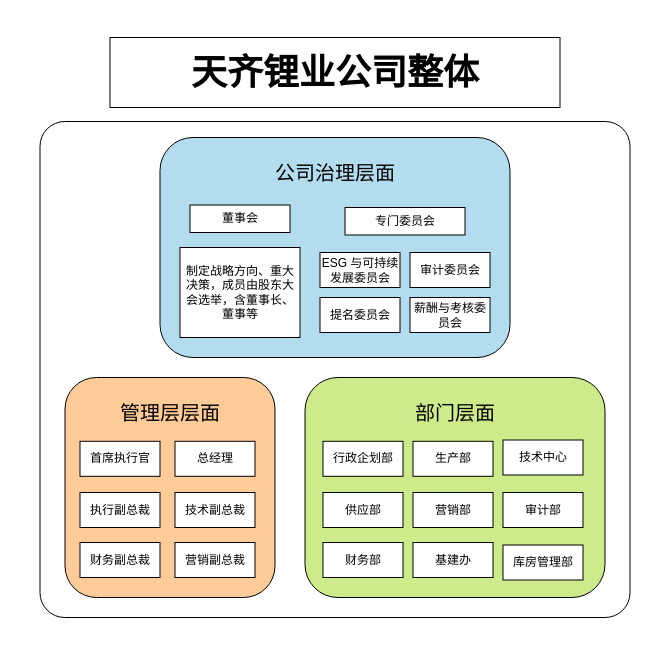
Before: bao.drawio in normalbut/deep_learning, a draw.io diagram. Source tidied: cells renumbered, new cells numbered last; positions are measured from the earlier drawing's top-left corner, leaving out a move shared by most shapes. Both pictures are drawn from the tidied source at 100%, with x=0, y=0 at pixel (39, 37).
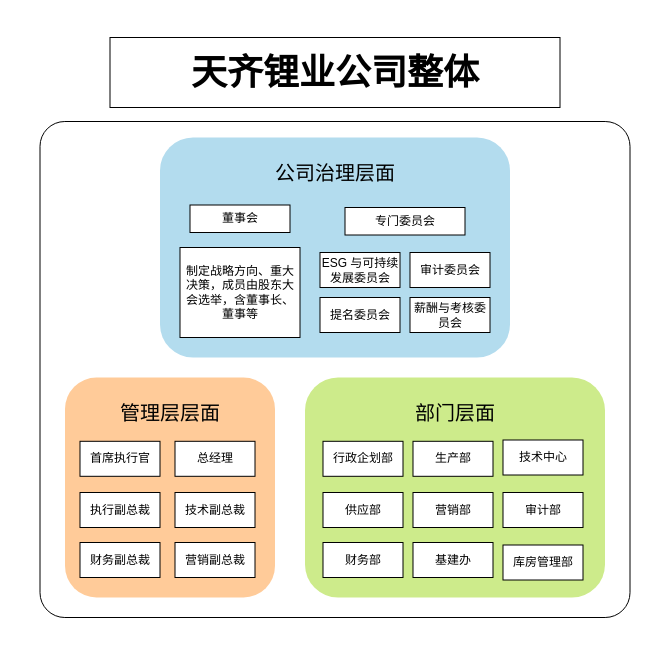
The same diagram, later.

Diff of the diagram source:
```diff
@@
+    <mxCell id="32" style="rounded=0;whiteSpace=wrap;html=1;gradientColor=none;fillColor=none;strokeColor=none;" parent="1" vertex="1">
+      <mxGeometry x="-22" y="-20" width="630" height="620" as="geometry" />
+    </mxCell>
-    <mxCell id="2" style="rounded=1;whiteSpace=wrap;html=1;arcSize=5;" parent="1" vertex="1">
+    <mxCell id="2" style="rounded=1;whiteSpace=wrap;html=1;arcSize=5;gradientColor=none;" parent="1" vertex="1">
       <mxGeometry x="0.5" y="84" width="590" height="496" as="geometry" />
     </mxCell>
-    <mxCell id="3" style="rounded=1;whiteSpace=wrap;html=1;fillColor=light-dark(#cdeb8b, #ededed);" parent="1" vertex="1">
+    <mxCell id="3" style="rounded=1;whiteSpace=wrap;html=1;fillColor=light-dark(#cdeb8b, #ededed);strokeColor=none;" parent="1" vertex="1">
       <mxGeometry x="265.5" y="340" width="300" height="220" as="geometry" />
     </mxCell>
-    <mxCell id="4" style="rounded=1;whiteSpace=wrap;html=1;fillColor=light-dark(#ffcb99, #ededed);" parent="1" vertex="1">
+    <mxCell id="4" style="rounded=1;whiteSpace=wrap;html=1;fillColor=light-dark(#ffcb99, #ededed);strokeColor=none;" parent="1" vertex="1">
       <mxGeometry x="25.5" y="340" width="210" height="220" as="geometry" />
     </mxCell>
-    <mxCell id="5" style="rounded=1;whiteSpace=wrap;html=1;fillColor=light-dark(#b3dcee, #271d00);" parent="1" vertex="1">
+    <mxCell id="5" style="rounded=1;whiteSpace=wrap;html=1;fillColor=light-dark(#b3dcee, #271d00);gradientColor=none;strokeColor=none;" parent="1" vertex="1">
       <mxGeometry x="120.5" y="100" width="350" height="220" as="geometry" />
     </mxCell>
```
